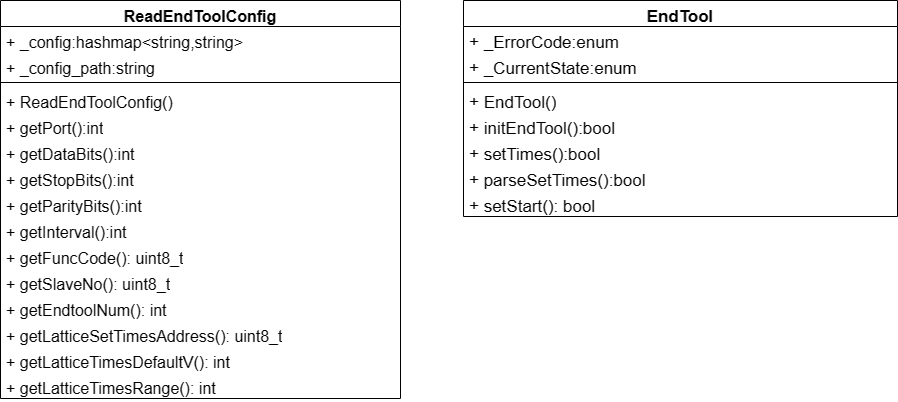
Earlier version of the draw.io export 理疗头类图.drawio.png (Durpe/Drawio). Source tidied: cells renumbered, new cells last; positions are measured from the earlier drawing's top-left corner, leaving out a move shared by most shapes.
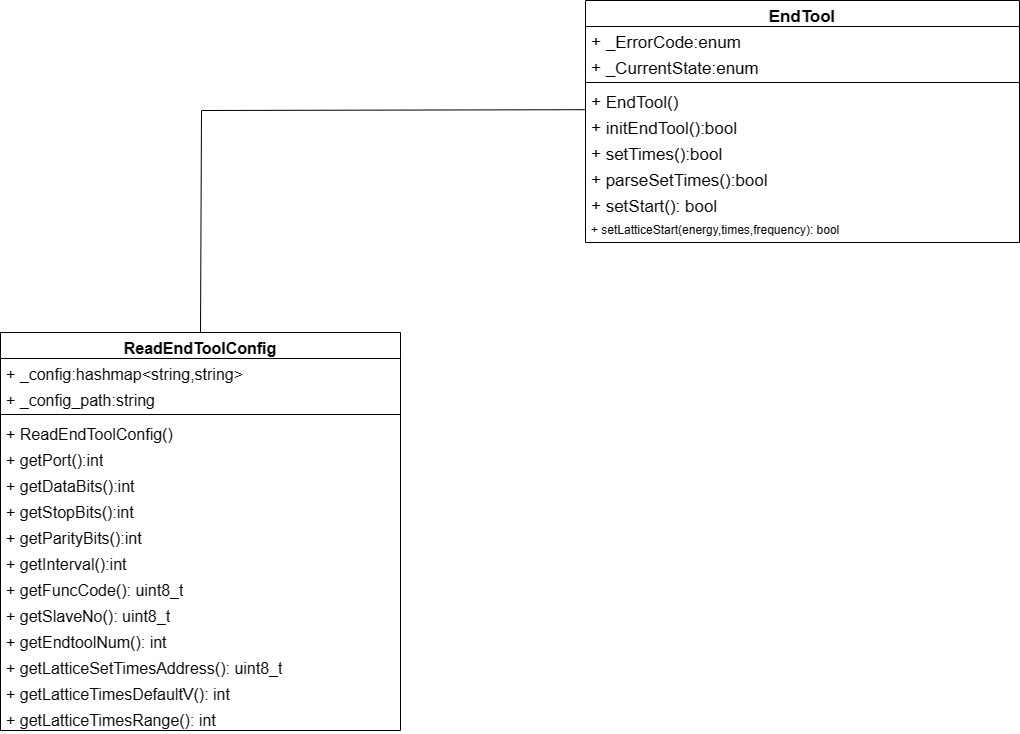
Above is the later version.

Commit message:
更新理疗头类图.drawio.png

What changed in the source:
```diff
@@ -3,7 +3,7 @@
     <mxCell id="0" />
     <mxCell id="1" parent="0" />
     <mxCell id="2" value="ReadEndToolConfig" style="swimlane;fontStyle=1;align=center;verticalAlign=top;horizontal=1;startSize=26;whiteSpace=wrap;html=1;fontSize=16;" parent="1" vertex="1">
-      <mxGeometry width="400" height="398" as="geometry" />
+      <mxGeometry x="-11" y="303" width="400" height="398" as="geometry" />
     </mxCell>
     <mxCell id="3" value="+&lt;span style=&quot;white-space: pre; font-size: 16px;&quot;&gt; &lt;/span&gt;_config:hashmap&amp;lt;string,string&amp;gt;&lt;br style=&quot;font-size: 16px;&quot;&gt;" style="text;strokeColor=none;fillColor=none;align=left;verticalAlign=top;spacingLeft=4;spacingRight=4;overflow=hidden;whiteSpace=wrap;html=1;fontSize=16;" parent="2" vertex="1">
       <mxGeometry y="26" width="400" height="26" as="geometry" />
@@ -51,7 +51,7 @@
       <mxGeometry y="372" width="400" height="26" as="geometry" />
     </mxCell>
     <mxCell id="18" value="EndTool" style="swimlane;fontStyle=1;align=center;verticalAlign=top;horizontal=1;startSize=26;whiteSpace=wrap;html=1;fontSize=17;" parent="1" vertex="1">
-      <mxGeometry x="463" width="434" height="216" as="geometry" />
+      <mxGeometry x="574" y="-29" width="434" height="242" as="geometry" />
     </mxCell>
     <mxCell id="19" value="+&lt;span style=&quot;white-space: pre; font-size: 17px;&quot;&gt; &lt;/span&gt;_ErrorCode:enum" style="text;strokeColor=none;fillColor=none;align=left;verticalAlign=top;spacingLeft=4;spacingRight=4;overflow=hidden;whiteSpace=wrap;html=1;fontSize=17;" parent="18" vertex="1">
       <mxGeometry y="26" width="434" height="26" as="geometry" />
@@ -77,5 +77,15 @@
     <mxCell id="26" value="+ setStart(): bool" style="text;strokeColor=none;fillColor=none;align=left;verticalAlign=top;spacingLeft=4;spacingRight=4;overflow=hidden;whiteSpace=wrap;html=1;fontSize=17;" parent="18" vertex="1">
       <mxGeometry y="190" width="434" height="26" as="geometry" />
     </mxCell>
+    <mxCell id="27" value="+ setLatticeStart(energy,times,frequency): bool" style="text;strokeColor=none;fillColor=none;align=left;verticalAlign=top;spacingLeft=4;spacingRight=4;overflow=hidden;whiteSpace=wrap;html=1;" parent="18" vertex="1">
+      <mxGeometry y="216" width="434" height="26" as="geometry" />
+    </mxCell>
+    <mxCell id="28" style="endArrow=none;html=1;rounded=0;exitX=0.5;exitY=0;exitDx=0;exitDy=0;entryX=-0.001;entryY=-0.108;entryDx=0;entryDy=0;entryPerimeter=0;" parent="1" edge="1" source="2" target="23">
+      <mxGeometry relative="1" as="geometry">
+        <Array as="points">
+          <mxPoint x="190" y="81" />
+        </Array>
+      </mxGeometry>
+    </mxCell>
   </root>
 </mxGraphModel>
```
